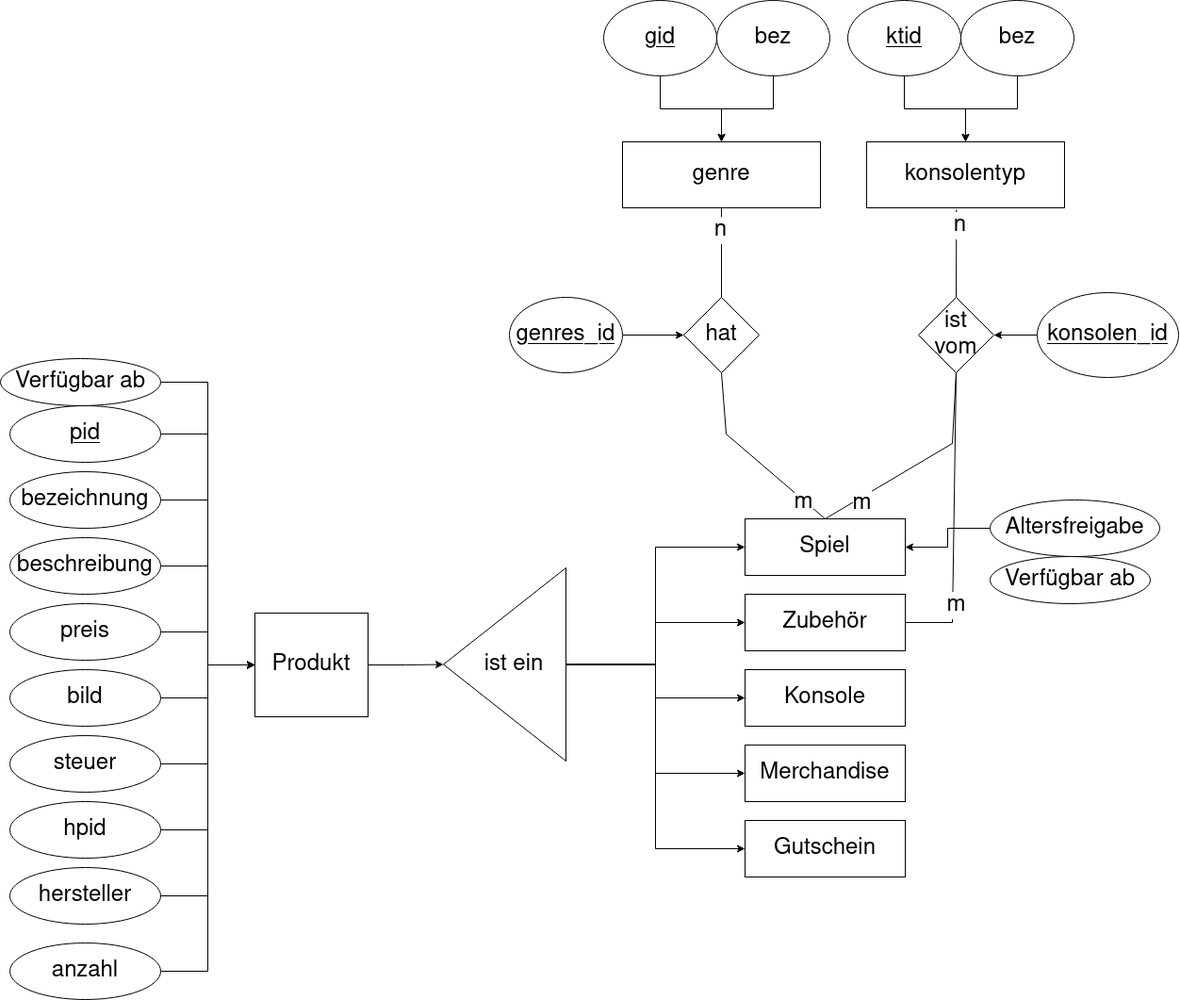
Before: Dokumentation/ERM_Gamerverse.png, a diagram exported from draw.io (VANCOLD/webshop). Source tidied: cells renumbered, new cells last; positions are measured from the earlier drawing's top-left corner, leaving out a move shared by most shapes.
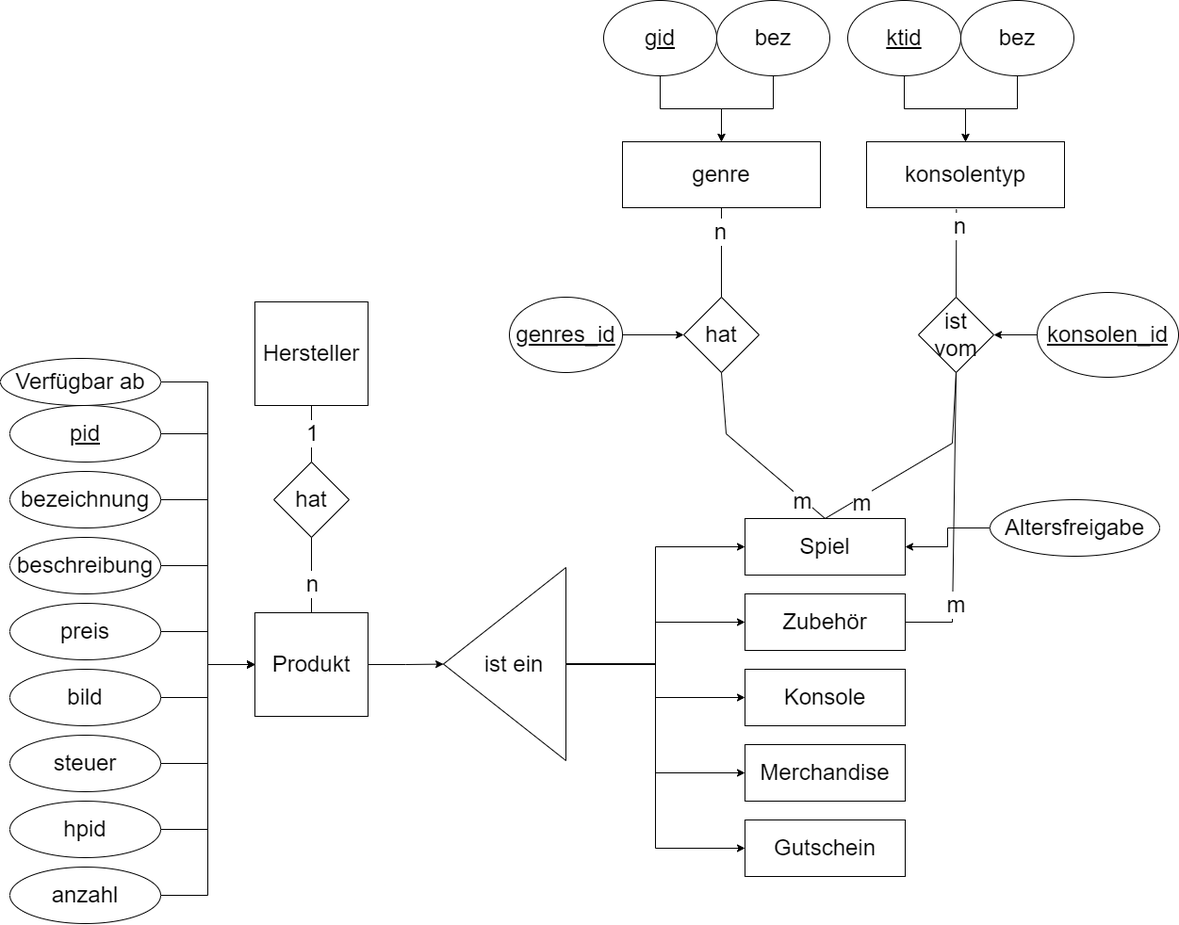
Above is the later version.

The edit, as a diff of the source:
```diff
@@ -62,12 +62,6 @@
     <mxCell id="21" value="Merchandise" style="rounded=0;whiteSpace=wrap;html=1;fontSize=24;" parent="1" vertex="1">
       <mxGeometry x="790" y="790" width="170" height="60" as="geometry" />
     </mxCell>
-    <mxCell id="22" style="edgeStyle=orthogonalEdgeStyle;rounded=0;jettySize=auto;html=1;exitX=1;exitY=0.5;exitDx=0;exitDy=0;entryX=0;entryY=0.5;entryDx=0;entryDy=0;fontSize=24;" parent="1" edge="1" source="23" target="3">
-      <mxGeometry relative="1" as="geometry" />
-    </mxCell>
-    <mxCell id="23" value="hersteller" style="ellipse;whiteSpace=wrap;html=1;fontSize=24;" parent="1" vertex="1">
-      <mxGeometry x="10" y="920" width="160" height="60" as="geometry" />
-    </mxCell>
     <mxCell id="24" value="&lt;div&gt;konsolentyp&lt;/div&gt;" style="rounded=0;whiteSpace=wrap;html=1;fontSize=24;" parent="1" vertex="1">
       <mxGeometry x="919" y="150" width="210" height="70" as="geometry" />
     </mxCell>
@@ -191,7 +185,7 @@
       <mxGeometry relative="1" as="geometry" />
     </mxCell>
     <mxCell id="60" value="&lt;div&gt;anzahl&lt;/div&gt;" style="ellipse;whiteSpace=wrap;html=1;fontSize=24;" parent="1" vertex="1">
-      <mxGeometry x="10" y="1000" width="160" height="60" as="geometry" />
+      <mxGeometry x="10" y="920" width="160" height="60" as="geometry" />
     </mxCell>
     <mxCell id="61" style="edgeStyle=orthogonalEdgeStyle;rounded=0;jettySize=auto;html=1;exitX=0;exitY=0.5;exitDx=0;exitDy=0;entryX=1;entryY=0.5;entryDx=0;entryDy=0;fontSize=24;" parent="1" edge="1" source="62" target="19">
       <mxGeometry relative="1" as="geometry" />
@@ -199,14 +193,33 @@
     <mxCell id="62" value="Altersfreigabe" style="ellipse;whiteSpace=wrap;html=1;fontSize=24;" parent="1" vertex="1">
       <mxGeometry x="1050" y="530" width="180" height="60" as="geometry" />
     </mxCell>
-    <mxCell id="63" value="Verfügbar ab" style="ellipse;whiteSpace=wrap;html=1;fontSize=24;" parent="1" vertex="1">
-      <mxGeometry x="1050" y="590" width="170" height="50" as="geometry" />
-    </mxCell>
     <mxCell id="64" style="edgeStyle=orthogonalEdgeStyle;rounded=0;jettySize=auto;html=1;exitX=1;exitY=0.5;exitDx=0;exitDy=0;entryX=0;entryY=0.5;entryDx=0;entryDy=0;" parent="1" edge="1" source="65" target="3">
       <mxGeometry relative="1" as="geometry" />
     </mxCell>
     <mxCell id="65" value="Verfügbar ab" style="ellipse;whiteSpace=wrap;html=1;fontSize=24;" parent="1" vertex="1">
       <mxGeometry y="380" width="170" height="50" as="geometry" />
     </mxCell>
+    <mxCell id="66" value="&lt;div style=&quot;font-size: 24px;&quot;&gt;Hersteller&lt;/div&gt;" style="rounded=0;whiteSpace=wrap;html=1;" parent="1" vertex="1">
+      <mxGeometry x="270" y="320" width="120" height="110" as="geometry" />
+    </mxCell>
+    <mxCell id="67" value="&lt;font style=&quot;font-size: 24px;&quot;&gt;hat&lt;br&gt;&lt;/font&gt;" style="rhombus;whiteSpace=wrap;html=1;" parent="1" vertex="1">
+      <mxGeometry x="290" y="490" width="80" height="80" as="geometry" />
+    </mxCell>
+    <mxCell id="68" style="endArrow=none;html=1;rounded=0;fontSize=24;entryX=0.5;entryY=1;entryDx=0;entryDy=0;exitX=0.5;exitY=0;exitDx=0;exitDy=0;" parent="1" edge="1" source="67" target="66">
+      <mxGeometry relative="1" as="geometry" />
+    </mxCell>
+    <mxCell id="69" value="1" style="edgeLabel;html=1;align=center;verticalAlign=middle;fontSize=24;" parent="68" vertex="1">
+      <mxGeometry x="0.5" y="-4" relative="1" as="geometry">
+        <mxPoint x="-4" y="15" as="offset" />
+      </mxGeometry>
+    </mxCell>
+    <mxCell id="70" style="endArrow=none;html=1;rounded=0;fontSize=24;exitX=0.5;exitY=0;exitDx=0;exitDy=0;entryX=0.5;entryY=1;entryDx=0;entryDy=0;" parent="1" edge="1" source="3" target="67">
+      <mxGeometry relative="1" as="geometry" />
+    </mxCell>
+    <mxCell id="71" value="n" style="edgeLabel;html=1;align=center;verticalAlign=middle;fontSize=24;" parent="70" vertex="1">
+      <mxGeometry x="-0.55" y="3" relative="1" as="geometry">
+        <mxPoint x="3" y="-12" as="offset" />
+      </mxGeometry>
+    </mxCell>
   </root>
 </mxGraphModel>
```
